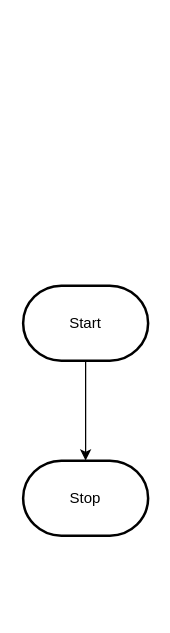
Earlier version of the draw.io diagram design/flowchart.drawio (MTHS-ICS2O-2-2022/ICS2O-Assignment-05-Jaden-Plugowsky). Source tidied: cells renumbered, new cells numbered last; positions are measured from the earlier drawing's top-left corner, leaving out a move shared by most shapes. Both pictures are drawn from the tidied source at 125%, with x=0, y=0 at pixel (22, 285).
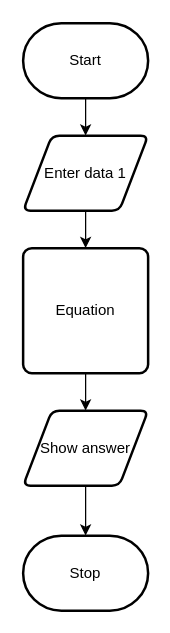
The same diagram, later.

Diff of the diagram source:
```diff
@@
 <mxGraphModel>
   <root>
     <mxCell id="0" />
     <mxCell id="1" parent="0" />
-    <mxCell id="2" style="edgeStyle=orthogonalEdgeStyle;html=1;rounded=0;" parent="1" edge="1" source="3" target="4">
-      <mxGeometry relative="1" as="geometry" />
-    </mxCell>
+    <mxCell id="5" style="edgeStyle=orthogonalEdgeStyle;html=1;entryX=0.5;entryY=0;entryDx=0;entryDy=0;rounded=0;" parent="1" edge="1" source="3" target="7">
+      <mxGeometry relative="1" as="geometry" />
+    </mxCell>
     <mxCell id="3" value="Start" style="strokeWidth=2;html=1;shape=mxgraph.flowchart.terminator;whiteSpace=wrap;" parent="1" vertex="1">
-      <mxGeometry width="100" height="60" as="geometry" />
+      <mxGeometry y="-210" width="100" height="60" as="geometry" />
     </mxCell>
     <mxCell id="4" value="Stop" style="strokeWidth=2;html=1;shape=mxgraph.flowchart.terminator;whiteSpace=wrap;" parent="1" vertex="1">
-      <mxGeometry y="140" width="100" height="60" as="geometry" />
+      <mxGeometry y="200" width="100" height="60" as="geometry" />
     </mxCell>
+    <mxCell id="6" style="edgeStyle=orthogonalEdgeStyle;shape=connector;rounded=0;html=1;entryX=0.5;entryY=0;entryDx=0;entryDy=0;labelBackgroundColor=default;strokeColor=default;fontFamily=Helvetica;fontSize=11;fontColor=default;endArrow=classic;" parent="1" edge="1" source="7" target="11">
+      <mxGeometry relative="1" as="geometry" />
+    </mxCell>
+    <mxCell id="7" value="Enter data 1" style="shape=parallelogram;html=1;strokeWidth=2;perimeter=parallelogramPerimeter;whiteSpace=wrap;rounded=1;arcSize=12;size=0.23;" parent="1" vertex="1">
+      <mxGeometry y="-120" width="100" height="60" as="geometry" />
+    </mxCell>
+    <mxCell id="8" style="edgeStyle=orthogonalEdgeStyle;shape=connector;rounded=0;html=1;labelBackgroundColor=default;strokeColor=default;fontFamily=Helvetica;fontSize=11;fontColor=default;endArrow=classic;" parent="1" edge="1" source="9" target="4">
+      <mxGeometry relative="1" as="geometry" />
+    </mxCell>
+    <mxCell id="9" value="Show answer" style="shape=parallelogram;html=1;strokeWidth=2;perimeter=parallelogramPerimeter;whiteSpace=wrap;rounded=1;arcSize=12;size=0.23;" parent="1" vertex="1">
+      <mxGeometry y="100" width="100" height="60" as="geometry" />
+    </mxCell>
+    <mxCell id="10" style="edgeStyle=orthogonalEdgeStyle;shape=connector;rounded=0;html=1;entryX=0.5;entryY=0;entryDx=0;entryDy=0;labelBackgroundColor=default;strokeColor=default;fontFamily=Helvetica;fontSize=11;fontColor=default;endArrow=classic;" parent="1" edge="1" source="11" target="9">
+      <mxGeometry relative="1" as="geometry" />
+    </mxCell>
+    <mxCell id="11" value="Equation" style="rounded=1;whiteSpace=wrap;html=1;absoluteArcSize=1;arcSize=14;strokeWidth=2;" parent="1" vertex="1">
+      <mxGeometry y="-30" width="100" height="100" as="geometry" />
+    </mxCell>
   </root>
 </mxGraphModel>
```
